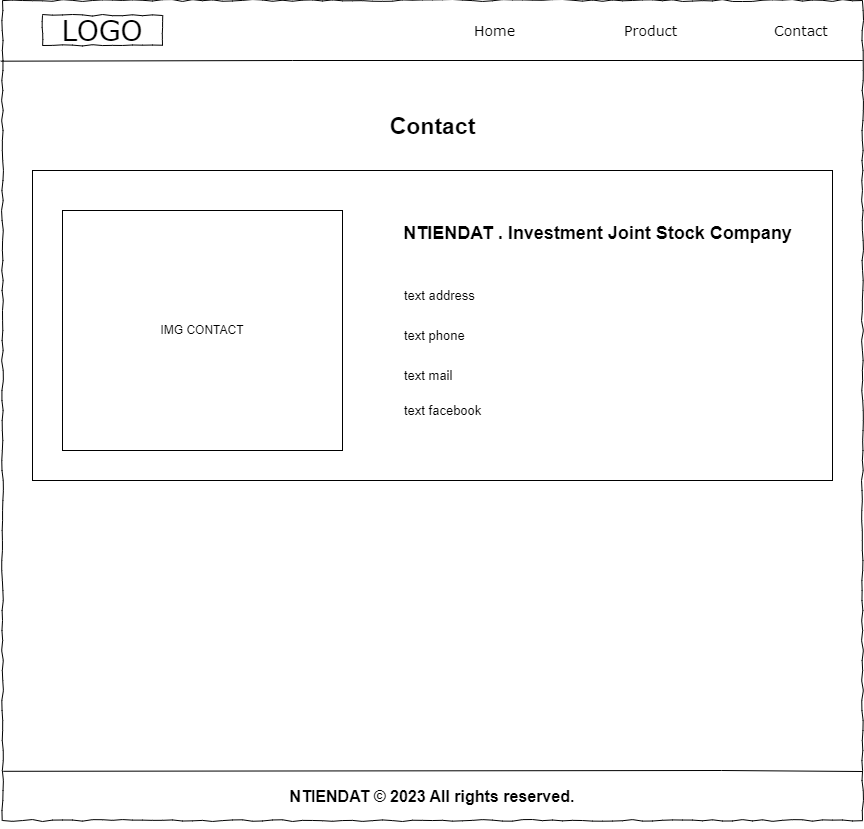
Before: buoi2/images_drawio/contact(default).png, a diagram exported from draw.io (datntph39907/web106_datnt). Source tidied: cells renumbered, new cells last; positions are measured from the earlier drawing's top-left corner, leaving out a move shared by most shapes.
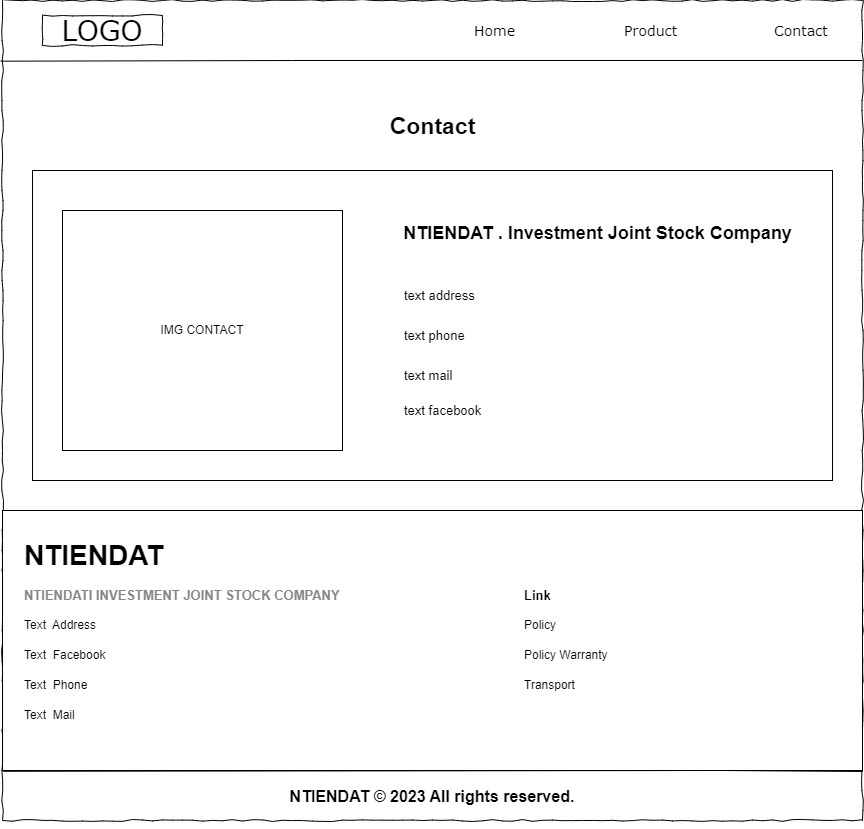
After the commit.

Diff of the diagram source:
```diff
@@ -63,5 +63,38 @@
     <mxCell id="18" value="text facebook" style="text;strokeColor=none;align=left;fillColor=none;html=1;verticalAlign=middle;whiteSpace=wrap;rounded=0;fontSize=13;" parent="1" vertex="1">
       <mxGeometry x="400" y="395" width="130" height="30" as="geometry" />
     </mxCell>
+    <mxCell id="19" style="rounded=0;whiteSpace=wrap;html=1;fontColor=#6e6e6e;" parent="1" vertex="1">
+      <mxGeometry y="510" width="860" height="260" as="geometry" />
+    </mxCell>
+    <mxCell id="20" value="Text&amp;nbsp;&amp;nbsp;Facebook" style="text;strokeColor=none;align=left;fillColor=none;html=1;verticalAlign=middle;whiteSpace=wrap;rounded=0;" parent="1" vertex="1">
+      <mxGeometry x="20" y="640" width="190" height="30" as="geometry" />
+    </mxCell>
+    <mxCell id="21" value="Text&amp;nbsp; Phone" style="text;strokeColor=none;align=left;fillColor=none;html=1;verticalAlign=middle;whiteSpace=wrap;rounded=0;" parent="1" vertex="1">
+      <mxGeometry x="20" y="670" width="190" height="30" as="geometry" />
+    </mxCell>
+    <mxCell id="22" value="Text&amp;nbsp; Mail" style="text;strokeColor=none;align=left;fillColor=none;html=1;verticalAlign=middle;whiteSpace=wrap;rounded=0;" parent="1" vertex="1">
+      <mxGeometry x="20" y="700" width="190" height="30" as="geometry" />
+    </mxCell>
+    <mxCell id="23" value="Link" style="text;strokeColor=none;align=left;fillColor=none;html=1;verticalAlign=middle;whiteSpace=wrap;rounded=0;fontSize=13;fontColor=#000000;fontStyle=1;" parent="1" vertex="1">
+      <mxGeometry x="520" y="580" width="340" height="30" as="geometry" />
+    </mxCell>
+    <mxCell id="24" value="Policy" style="text;strokeColor=none;align=left;fillColor=none;html=1;verticalAlign=middle;whiteSpace=wrap;rounded=0;" parent="1" vertex="1">
+      <mxGeometry x="520" y="610" width="190" height="30" as="geometry" />
+    </mxCell>
+    <mxCell id="25" value="Policy Warranty" style="text;strokeColor=none;align=left;fillColor=none;html=1;verticalAlign=middle;whiteSpace=wrap;rounded=0;" parent="1" vertex="1">
+      <mxGeometry x="520" y="640" width="190" height="30" as="geometry" />
+    </mxCell>
+    <mxCell id="26" value="Transport" style="text;strokeColor=none;align=left;fillColor=none;html=1;verticalAlign=middle;whiteSpace=wrap;rounded=0;" parent="1" vertex="1">
+      <mxGeometry x="520" y="670" width="190" height="30" as="geometry" />
+    </mxCell>
+    <mxCell id="27" value="NTIENDAT" style="text;strokeColor=none;align=left;fillColor=none;html=1;verticalAlign=middle;whiteSpace=wrap;rounded=0;fontSize=28;fontStyle=1;" parent="1" vertex="1">
+      <mxGeometry x="20" y="540" width="130" height="30" as="geometry" />
+    </mxCell>
+    <mxCell id="28" value="NTIENDATI INVESTMENT JOINT STOCK COMPANY" style="text;strokeColor=none;align=left;fillColor=none;html=1;verticalAlign=middle;whiteSpace=wrap;rounded=0;fontSize=13;fontColor=#878787;fontStyle=1;" parent="1" vertex="1">
+      <mxGeometry x="20" y="580" width="400" height="30" as="geometry" />
+    </mxCell>
+    <mxCell id="29" value="Text&amp;nbsp;&amp;nbsp;Address" style="text;strokeColor=none;align=left;fillColor=none;html=1;verticalAlign=middle;whiteSpace=wrap;rounded=0;" parent="1" vertex="1">
+      <mxGeometry x="20" y="610" width="190" height="30" as="geometry" />
+    </mxCell>
   </root>
 </mxGraphModel>
```
